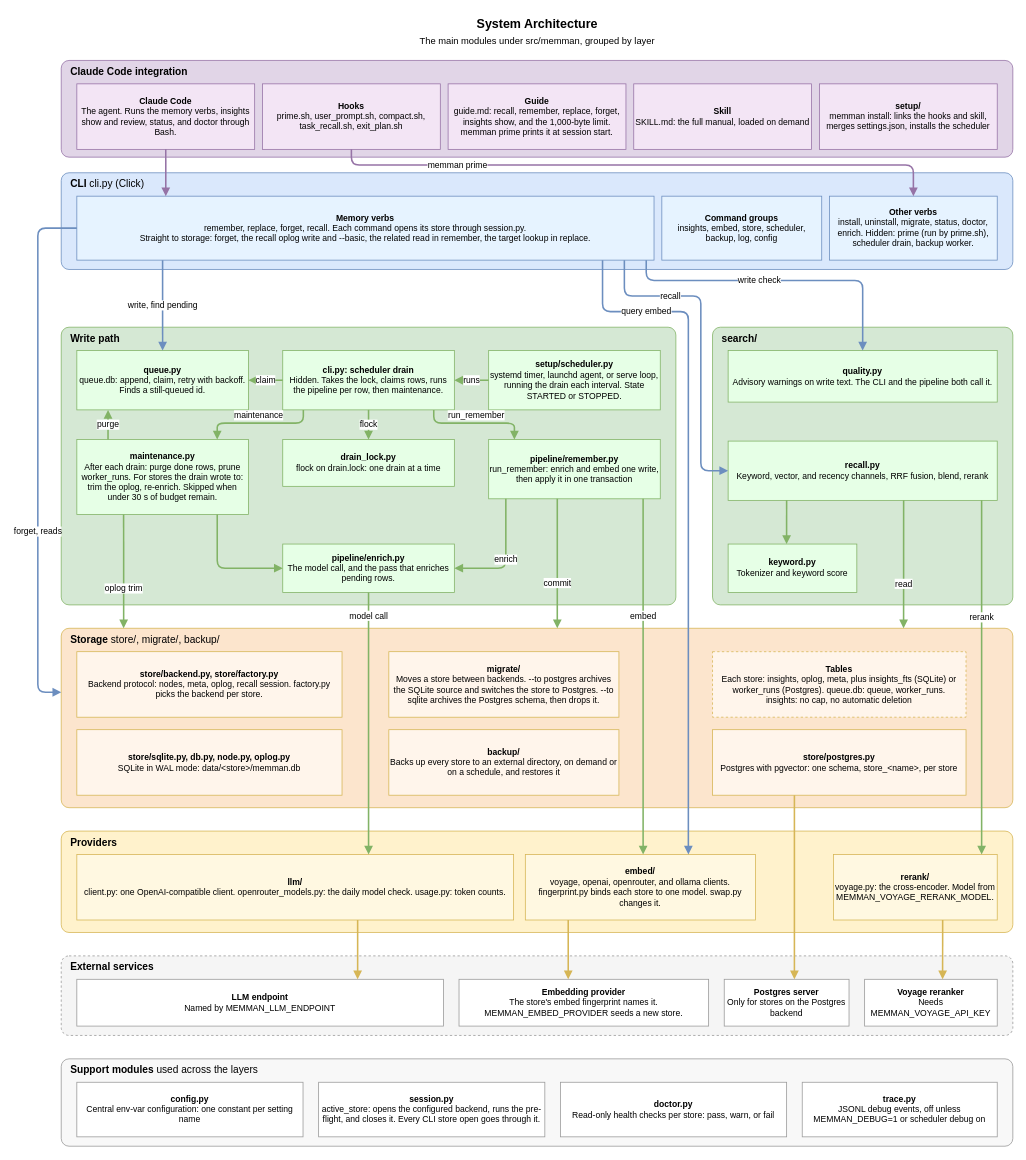
Earlier version of the draw.io diagram docs/diagrams/02-system-architecture.drawio (bissli/memman). Source tidied: cells renumbered, new cells numbered last; positions are measured from the earlier drawing's top-left corner, leaving out a move shared by most shapes. Both pictures are drawn from the tidied source at 78%, with x=0, y=0 at pixel (37, 13).
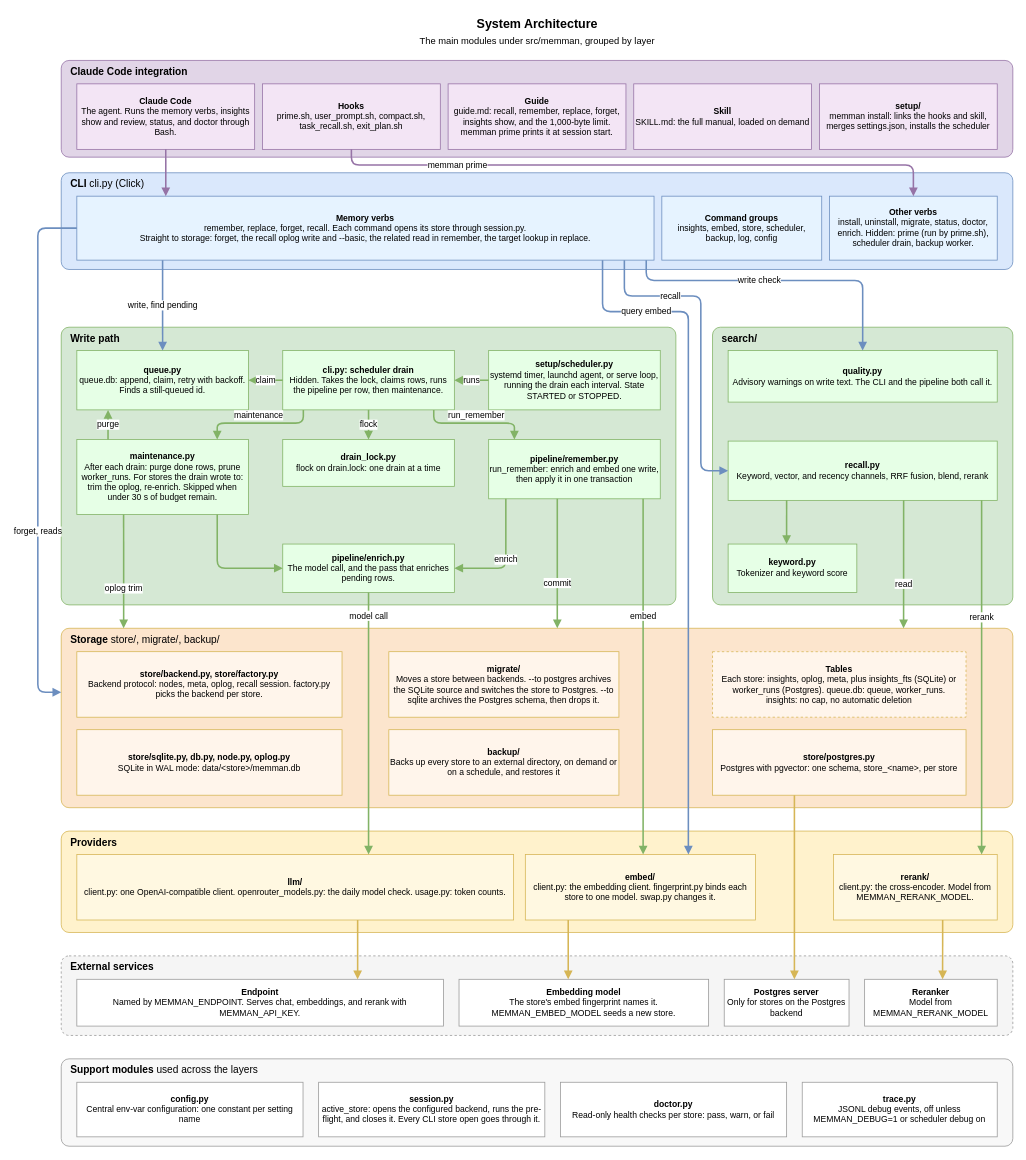
After the change.

Change to the diagram source:
```diff
@@
-    <mxCell id="34" value="&lt;b&gt;embed/&lt;/b&gt;&lt;br&gt;voyage, openai, openrouter, and ollama clients. fingerprint.py binds each store to one model. swap.py changes it." style="rounded=0;whiteSpace=wrap;html=1;fontSize=11;fillColor=#FFF8E1;strokeColor=#d6b656;" parent="1" vertex="1">
+    <mxCell id="34" value="&lt;b&gt;embed/&lt;/b&gt;&lt;br&gt;client.py: the embedding client. fingerprint.py binds each store to one model. swap.py changes it." style="rounded=0;whiteSpace=wrap;html=1;fontSize=11;fillColor=#FFF8E1;strokeColor=#d6b656;" parent="1" vertex="1">
       <mxGeometry x="625" y="1078" width="295" height="84" as="geometry" />
     </mxCell>
-    <mxCell id="35" value="&lt;b&gt;rerank/&lt;/b&gt;&lt;br&gt;voyage.py: the cross-encoder. Model from MEMMAN_VOYAGE_RERANK_MODEL." style="rounded=0;whiteSpace=wrap;html=1;fontSize=11;fillColor=#FFF8E1;strokeColor=#d6b656;" parent="1" vertex="1">
+    <mxCell id="35" value="&lt;b&gt;rerank/&lt;/b&gt;&lt;br&gt;client.py: the cross-encoder. Model from MEMMAN_RERANK_MODEL." style="rounded=0;whiteSpace=wrap;html=1;fontSize=11;fillColor=#FFF8E1;strokeColor=#d6b656;" parent="1" vertex="1">
       <mxGeometry x="1020" y="1078" width="210" height="84" as="geometry" />
     </mxCell>
@@
-    <mxCell id="37" value="&lt;b&gt;LLM endpoint&lt;/b&gt;&lt;br&gt;Named by MEMMAN_LLM_ENDPOINT" style="rounded=0;whiteSpace=wrap;html=1;fontSize=11;fillColor=#ffffff;strokeColor=#999999;" parent="1" vertex="1">
+    <mxCell id="37" value="&lt;b&gt;Endpoint&lt;/b&gt;&lt;br&gt;Named by MEMMAN_ENDPOINT. Serves chat, embeddings, and rerank with MEMMAN_API_KEY." style="rounded=0;whiteSpace=wrap;html=1;fontSize=11;fillColor=#ffffff;strokeColor=#999999;" parent="1" vertex="1">
       <mxGeometry x="50" y="1238" width="470" height="60" as="geometry" />
     </mxCell>
-    <mxCell id="38" value="&lt;b&gt;Embedding provider&lt;/b&gt;&lt;br&gt;The store's embed fingerprint names it. MEMMAN_EMBED_PROVIDER seeds a new store." style="rounded=0;whiteSpace=wrap;html=1;fontSize=11;fillColor=#ffffff;strokeColor=#999999;" parent="1" vertex="1">
+    <mxCell id="38" value="&lt;b&gt;Embedding model&lt;/b&gt;&lt;br&gt;The store's embed fingerprint names it. MEMMAN_EMBED_MODEL seeds a new store." style="rounded=0;whiteSpace=wrap;html=1;fontSize=11;fillColor=#ffffff;strokeColor=#999999;" parent="1" vertex="1">
       <mxGeometry x="540" y="1238" width="320" height="60" as="geometry" />
     </mxCell>
@@
-    <mxCell id="40" value="&lt;b&gt;Voyage reranker&lt;/b&gt;&lt;br&gt;Needs MEMMAN_VOYAGE_API_KEY" style="rounded=0;whiteSpace=wrap;html=1;fontSize=11;fillColor=#ffffff;strokeColor=#999999;" parent="1" vertex="1">
+    <mxCell id="40" value="&lt;b&gt;Reranker&lt;/b&gt;&lt;br&gt;Model from MEMMAN_RERANK_MODEL" style="rounded=0;whiteSpace=wrap;html=1;fontSize=11;fillColor=#ffffff;strokeColor=#999999;" parent="1" vertex="1">
       <mxGeometry x="1060" y="1238" width="170" height="60" as="geometry" />
     </mxCell>
```
